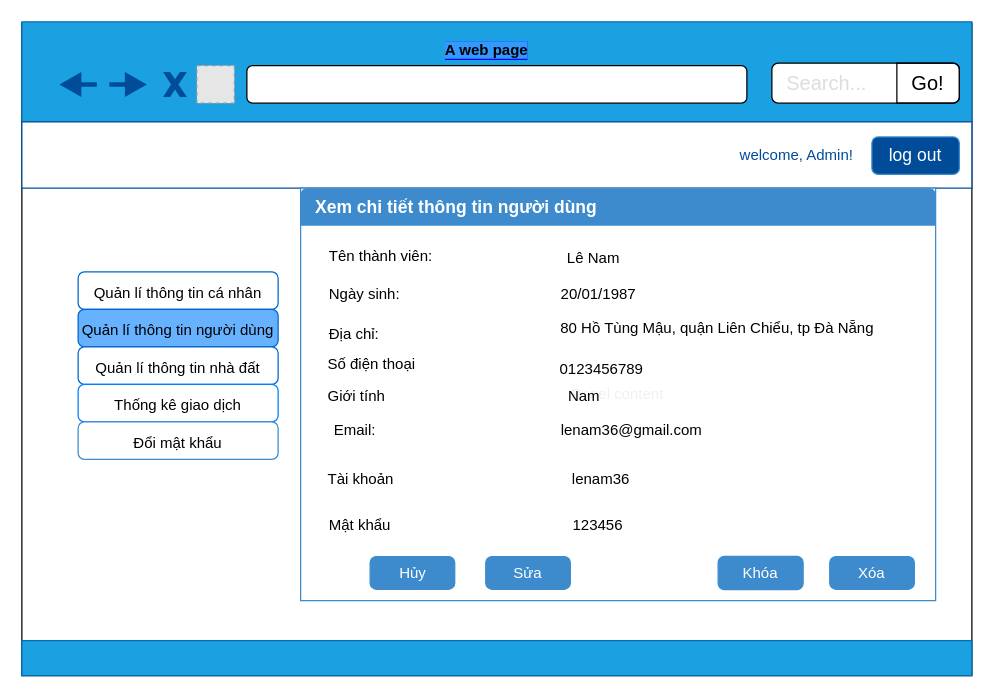
tramtruong98/use_case_diagram keeps this draw.io diagram as XemChiTietThanhVien.drawio. Above is the earlier version. Source tidied: cells renumbered, new cells numbered last; positions are measured from the earlier drawing's top-left corner, leaving out a move shared by most shapes. Both pictures are drawn from the tidied source at 125%, with x=0, y=0 at pixel (21, 21). Pictures stored in the file or linked from it are replaced by grey dashed boxes.
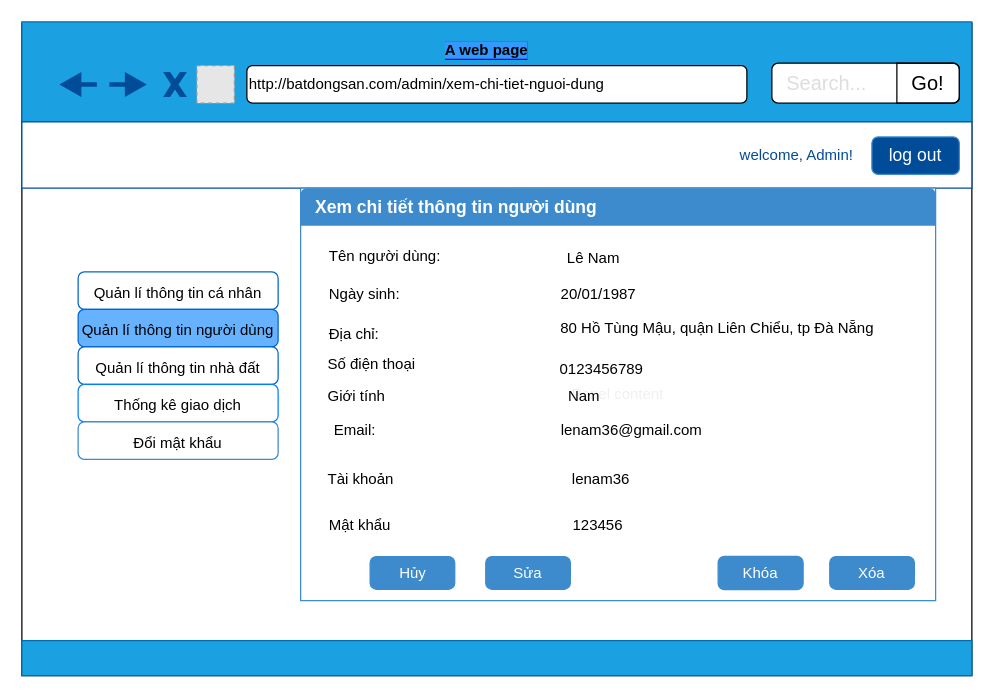
The same page after the edit.

Unchanged cells that the change refers to:
```xml
<mxCell id="16" value="Panel content" style="text;html=1;strokeColor=#3D8BCD;fillColor=#ffffff;align=center;verticalAlign=middle;whiteSpace=wrap;rounded=0;shadow=0;dashed=0;fontFamily=Helvetica;fontSize=12;fontColor=#f0f0f0;" parent="1" vertex="1">
  <mxGeometry x="223" y="133" width="508" height="330" as="geometry" />
</mxCell>
```

Diff of the diagram source:
```diff
@@
-    <mxCell id="5" style="rounded=1;whiteSpace=wrap;html=1;" parent="1" vertex="1">
+    <mxCell id="5" value="http://batdongsan.com/admin/xem-chi-tiet-nguoi-dung" style="rounded=1;whiteSpace=wrap;html=1;align=left;" parent="1" vertex="1">
       <mxGeometry x="180" y="35" width="400" height="30" as="geometry" />
     </mxCell>
@@
-    <mxCell id="18" value="Tên thành viên:" style="text;html=1;strokeColor=none;fillColor=none;align=left;verticalAlign=middle;whiteSpace=wrap;rounded=0;" parent="16" vertex="1">
+    <mxCell id="18" value="Tên người dùng:" style="text;html=1;strokeColor=none;fillColor=none;align=left;verticalAlign=middle;whiteSpace=wrap;rounded=0;" parent="16" vertex="1">
       <mxGeometry x="21.2" y="43.6" width="127" height="23.6" as="geometry" />
     </mxCell>
```
